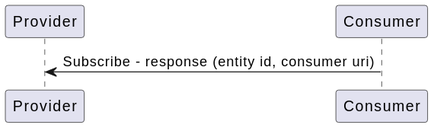
The PlantUML diagram docs/design/diagrams/subscribe_sequence.svg in eclipse-ibeji/ibeji, before a commit.
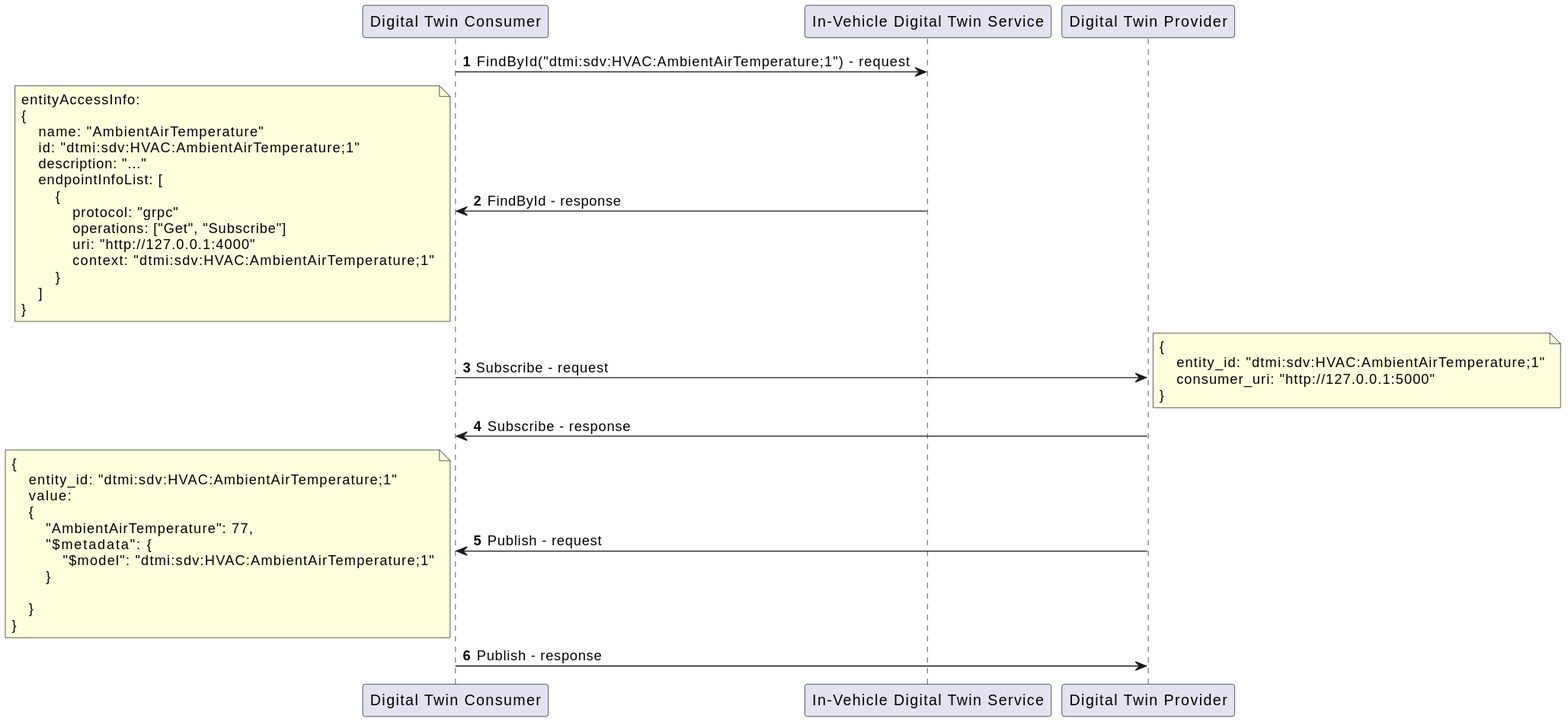
Above is the later version.

The edit, as a diff of the source:
```diff
@@ -1,6 +1,49 @@
 @startuml
-participant "Provider"
-participant "Consumer"
+autonumber
 
-"Consumer" -> "Provider" : Subscribe - response (entity id, consumer uri)
+"Digital Twin Consumer" -> "In-Vehicle Digital Twin Service" : FindById("dtmi:sdv:HVAC:AmbientAirTemperature;1") - request
+"Digital Twin Consumer" <- "In-Vehicle Digital Twin Service" : FindById - response
+note left
+entityAccessInfo:
+{
+    name: "AmbientAirTemperature"
+    id: "dtmi:sdv:HVAC:AmbientAirTemperature;1"
+    description: "..."
+    endpointInfoList: [
+        {
+            protocol: "grpc"
+            operations: ["Get", "Subscribe"]
+            uri: "http://127.0.0.1:4000"
+            context: "dtmi:sdv:HVAC:AmbientAirTemperature;1"
+        }
+    ]
+}
+end note
+
+"Digital Twin Consumer" -> "Digital Twin Provider" : Subscribe - request
+note right
+{
+    entity_id: "dtmi:sdv:HVAC:AmbientAirTemperature;1"
+    consumer_uri: "http://127.0.0.1:5000"
+}
+end note
+
+"Digital Twin Consumer" <- "Digital Twin Provider" : Subscribe - response
+
+"Digital Twin Consumer" <- "Digital Twin Provider" : Publish - request
+note left
+{
+    entity_id: "dtmi:sdv:HVAC:AmbientAirTemperature;1"
+    value:
+    {
+        "AmbientAirTemperature": 77,
+        "$metadata": {
+            "$model": "dtmi:sdv:HVAC:AmbientAirTemperature;1"
+        }
+
+    }
+}
+end note
+
+"Digital Twin Consumer" -> "Digital Twin Provider" : Publish - response
 @enduml
```
